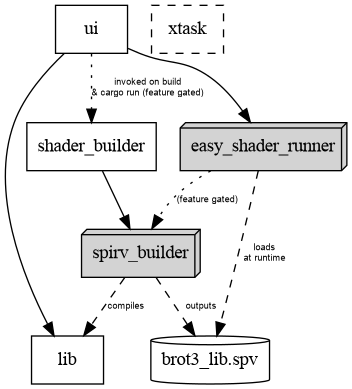
The Graphviz diagram workspace-structure.png in crazyscot/brot3, before a commit. Its source is kept beside it as workspace-structure.dot.
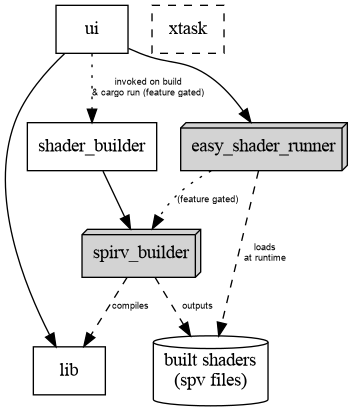
The same diagram one commit later.

Change to the diagram source:
```diff
@@ -8,7 +8,7 @@
     {
         rank=same;
         shader [label="lib"];
-        shader_spv [shape = cylinder;label = "brot3_lib.spv";];
+        shader_spv [shape = cylinder;label = "built shaders\n(spv files)";];
     }
 
     node [shape = box3d; style = filled;];
```
